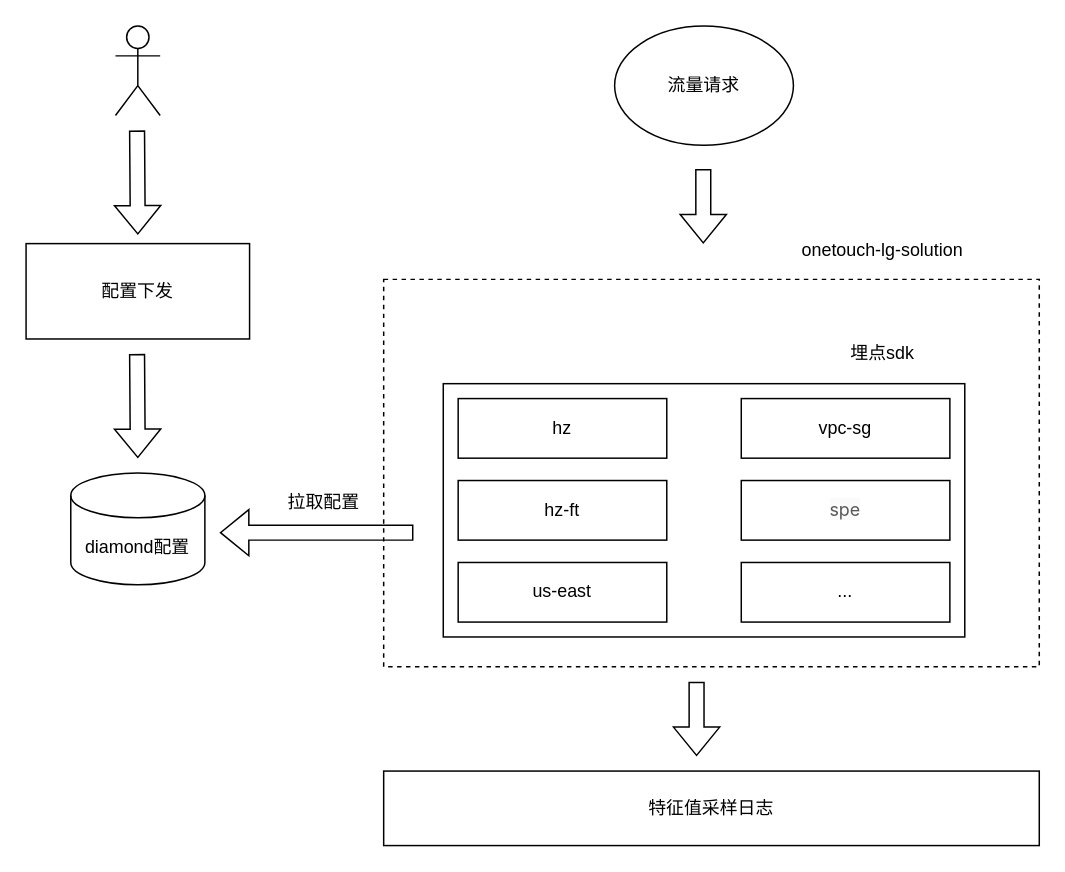
Above: 特征值埋点及采集.drawio in heyrry/draw.io (draw.io), before the change. Source tidied: cells renumbered, new cells numbered last; positions are measured from the earlier drawing's top-left corner, leaving out a move shared by most shapes. Both pictures are drawn from the tidied source at 149%, with x=0, y=0 at pixel (25, 25).
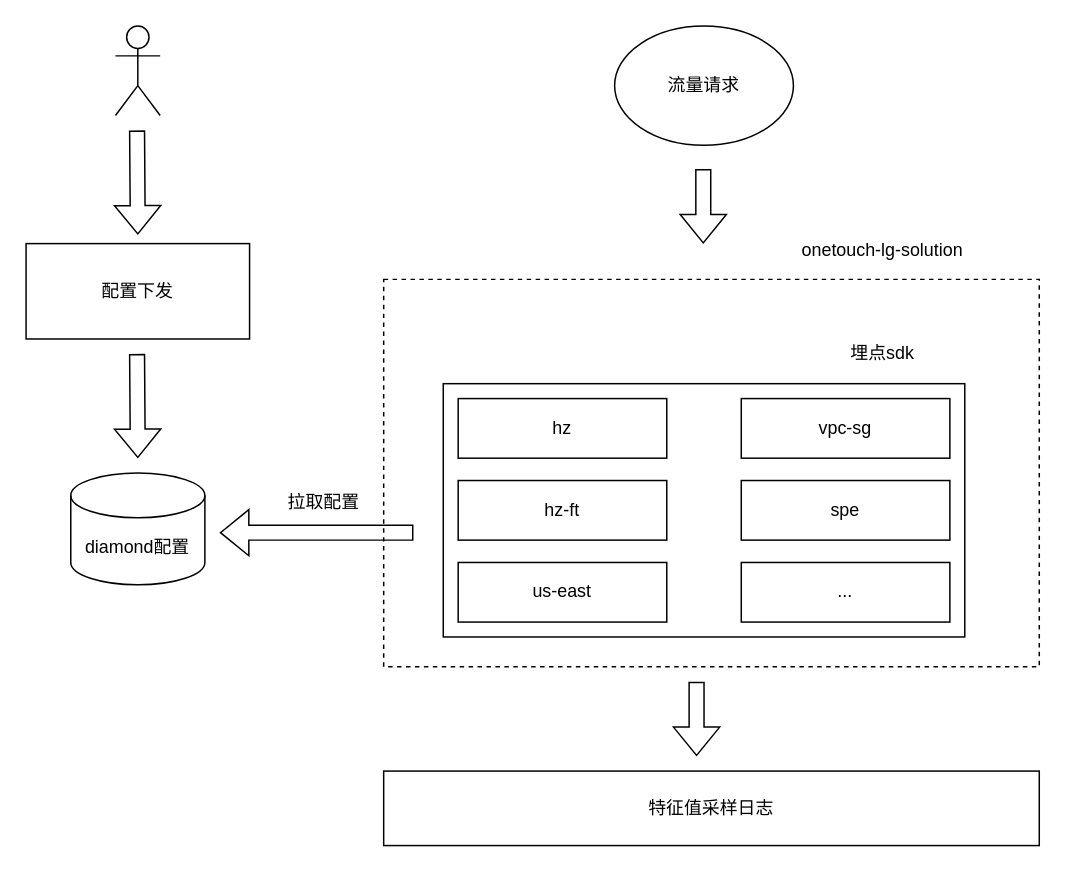
The same page after the edit.

Commit message (it also covers changes not shown here):
更新特征值埋点及采集.drawio

The edit, as a diff of the source:
```diff
@@
-    <mxCell id="8" value="&lt;span style=&quot;color: rgba(0, 0, 0, 0.65); font-family: -apple-system, &amp;quot;system-ui&amp;quot;, &amp;quot;Segoe UI&amp;quot;, Roboto, &amp;quot;Helvetica Neue&amp;quot;, Arial, &amp;quot;Noto Sans&amp;quot;, sans-serif, &amp;quot;Apple Color Emoji&amp;quot;, &amp;quot;Segoe UI Emoji&amp;quot;, &amp;quot;Segoe UI Symbol&amp;quot;, &amp;quot;Noto Color Emoji&amp;quot;; text-align: start; text-wrap: nowrap; background-color: rgb(250, 250, 250);&quot;&gt;spe&lt;/span&gt;" style="rounded=0;whiteSpace=wrap;html=1;fillColor=none;" parent="1" vertex="1">
+    <mxCell id="8" value="spe" style="rounded=0;whiteSpace=wrap;html=1;fillColor=none;" parent="1" vertex="1">
       <mxGeometry x="480" y="305" width="140" height="40" as="geometry" />
     </mxCell>
```
